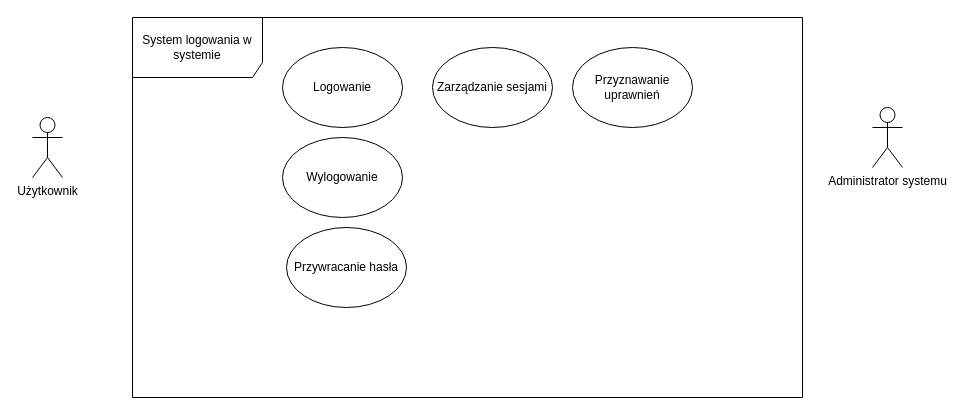
Before: koncowy_przypadek użycia.drawio in JuliaZofiaCodes/ASI, a draw.io diagram. Source tidied: cells renumbered, new cells numbered last; positions are measured from the earlier drawing's top-left corner, leaving out a move shared by most shapes. Both pictures are drawn from the tidied source at 100%, with x=0, y=0 at pixel (32, 17).
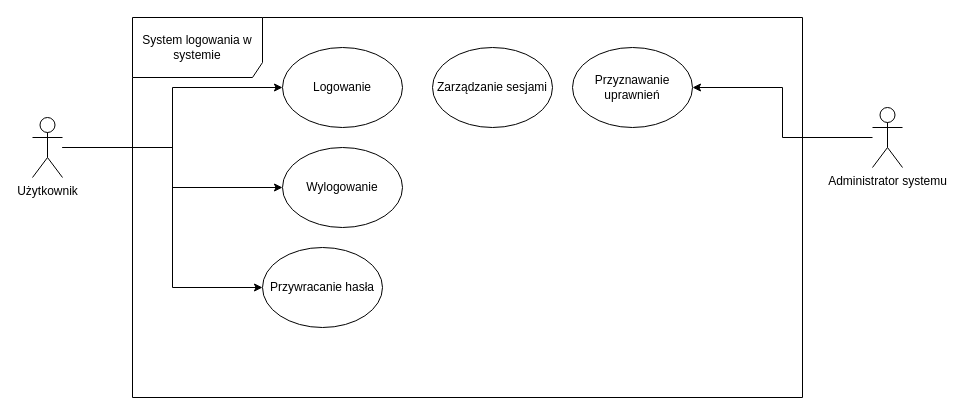
Above is the later version.

Change to the diagram source:
```diff
@@
 <mxGraphModel>
   <root>
     <mxCell id="0" />
     <mxCell id="1" parent="0" />
+    <mxCell id="10" style="edgeStyle=orthogonalEdgeStyle;rounded=0;jettySize=auto;html=1;" parent="1" edge="1" source="2" target="5">
+      <mxGeometry relative="1" as="geometry" />
+    </mxCell>
+    <mxCell id="11" style="edgeStyle=orthogonalEdgeStyle;rounded=0;jettySize=auto;html=1;entryX=0;entryY=0.5;entryDx=0;entryDy=0;" parent="1" edge="1" source="2" target="6">
+      <mxGeometry relative="1" as="geometry" />
+    </mxCell>
+    <mxCell id="12" style="edgeStyle=orthogonalEdgeStyle;rounded=0;jettySize=auto;html=1;" parent="1" edge="1" source="2" target="7">
+      <mxGeometry relative="1" as="geometry">
+        <Array as="points">
+          <mxPoint x="140" y="130" />
+          <mxPoint x="140" y="270" />
+        </Array>
+      </mxGeometry>
+    </mxCell>
     <mxCell id="2" value="Użytkownik" style="shape=umlActor;verticalLabelPosition=bottom;verticalAlign=top;html=1;outlineConnect=0;" parent="1" vertex="1">
       <mxGeometry y="100" width="30" height="60" as="geometry" />
     </mxCell>
     <mxCell id="3" value="System logowania w systemie" style="shape=umlFrame;whiteSpace=wrap;html=1;width=130;height=60;" parent="1" vertex="1">
       <mxGeometry x="100" width="670" height="380" as="geometry" />
     </mxCell>
+    <mxCell id="13" style="edgeStyle=orthogonalEdgeStyle;rounded=0;jettySize=auto;html=1;entryX=1;entryY=0.5;entryDx=0;entryDy=0;" parent="1" edge="1" source="4" target="9">
+      <mxGeometry relative="1" as="geometry" />
+    </mxCell>
     <mxCell id="4" value="Administrator systemu" style="shape=umlActor;verticalLabelPosition=bottom;verticalAlign=top;html=1;outlineConnect=0;" parent="1" vertex="1">
       <mxGeometry x="840" y="90" width="30" height="60" as="geometry" />
     </mxCell>
     <mxCell id="5" value="Logowanie" style="ellipse;whiteSpace=wrap;html=1;" parent="1" vertex="1">
       <mxGeometry x="250" y="30" width="120" height="80" as="geometry" />
     </mxCell>
     <mxCell id="6" value="Wylogowanie" style="ellipse;whiteSpace=wrap;html=1;" parent="1" vertex="1">
-      <mxGeometry x="250" y="120" width="120" height="80" as="geometry" />
+      <mxGeometry x="250" y="130" width="120" height="80" as="geometry" />
     </mxCell>
     <mxCell id="7" value="Przywracanie hasła" style="ellipse;whiteSpace=wrap;html=1;" parent="1" vertex="1">
-      <mxGeometry x="254" y="210" width="120" height="80" as="geometry" />
+      <mxGeometry x="230" y="230" width="120" height="80" as="geometry" />
     </mxCell>
     <mxCell id="8" value="&lt;font face=&quot;Calibri, sans-serif&quot;&gt;Zarządzanie sesjami&lt;/font&gt;" style="ellipse;whiteSpace=wrap;html=1;" parent="1" vertex="1">
       <mxGeometry x="400" y="30" width="120" height="80" as="geometry" />
     </mxCell>
     <mxCell id="9" value="&lt;font face=&quot;Calibri, sans-serif&quot;&gt;Przyznawanie uprawnień&lt;/font&gt;" style="ellipse;whiteSpace=wrap;html=1;" parent="1" vertex="1">
       <mxGeometry x="540" y="30" width="120" height="80" as="geometry" />
     </mxCell>
   </root>
 </mxGraphModel>
```
